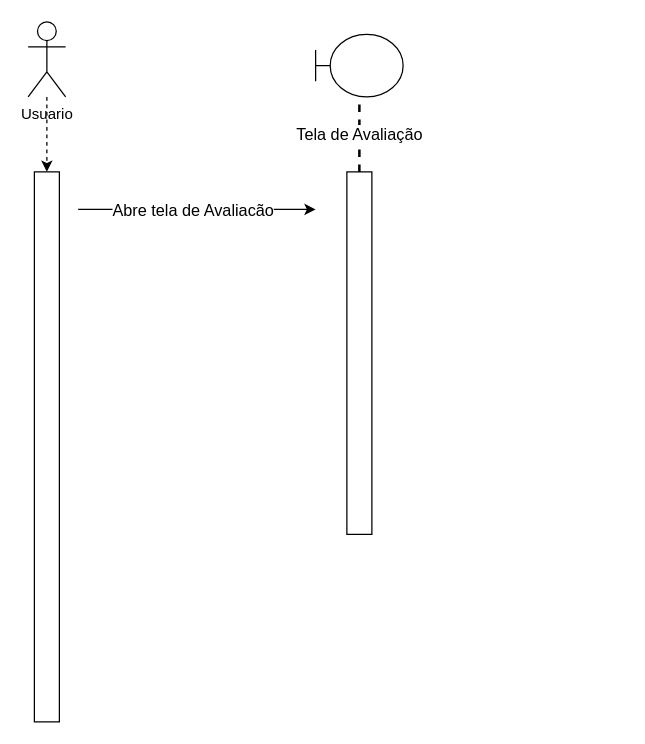
The draw.io diagram Sequencia/Draw/Avaliar.drawio in unifgabsantos/Mecanico, before the edit. Source tidied: cells renumbered, new cells numbered last; positions are measured from the earlier drawing's top-left corner, leaving out a move shared by most shapes. Both pictures are drawn from the tidied source at 125%, with x=0, y=0 at pixel (28, 21).
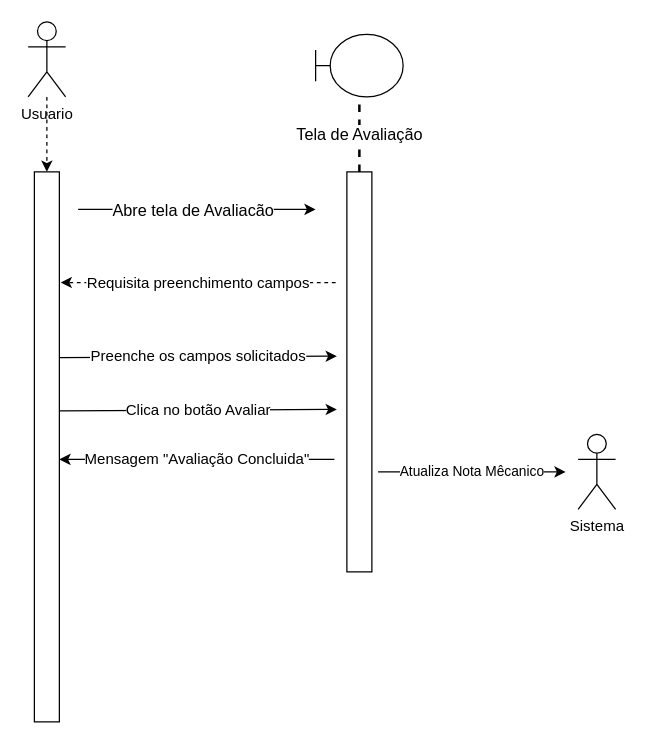
The same page after the edit.

Change to the diagram source:
```diff
@@
     <mxCell id="5" style="rounded=0;whiteSpace=wrap;html=1;" parent="1" vertex="1">
-      <mxGeometry x="255" y="120" width="20" height="290" as="geometry" />
+      <mxGeometry x="255" y="120" width="20" height="320" as="geometry" />
     </mxCell>
@@
+    <mxCell id="10" value="Requisita preenchimento campos" style="endArrow=classic;html=1;rounded=0;dashed=1;fontSize=12;entryX=1.05;entryY=0.424;entryDx=0;entryDy=0;entryPerimeter=0;exitX=0.05;exitY=0.1;exitDx=0;exitDy=0;exitPerimeter=0;" parent="1" edge="1">
+      <mxGeometry relative="1" as="geometry">
+        <mxPoint x="246" y="208.5" as="sourcePoint" />
+        <mxPoint x="26" y="208.5" as="targetPoint" />
+      </mxGeometry>
+    </mxCell>
+    <mxCell id="11" value="Preenche os campos solicitados" style="endArrow=classic;html=1;rounded=0;fontSize=12;exitX=1;exitY=0.544;exitDx=0;exitDy=0;exitPerimeter=0;entryX=0.1;entryY=0.284;entryDx=0;entryDy=0;entryPerimeter=0;" parent="1" edge="1">
+      <mxGeometry relative="1" as="geometry">
+        <mxPoint x="25" y="268.5" as="sourcePoint" />
+        <mxPoint x="247" y="267.4" as="targetPoint" />
+      </mxGeometry>
+    </mxCell>
+    <mxCell id="12" value="Clica no botão Avaliar" style="endArrow=classic;html=1;rounded=0;fontSize=12;exitX=1;exitY=0.544;exitDx=0;exitDy=0;exitPerimeter=0;entryX=0.1;entryY=0.284;entryDx=0;entryDy=0;entryPerimeter=0;" parent="1" edge="1">
+      <mxGeometry relative="1" as="geometry">
+        <mxPoint x="25" y="311.1" as="sourcePoint" />
+        <mxPoint x="247" y="310" as="targetPoint" />
+      </mxGeometry>
+    </mxCell>
+    <mxCell id="13" value="Mensagem &quot;Avaliação Concluida&quot;" style="endArrow=classic;html=1;rounded=0;fontSize=12;entryX=1.05;entryY=0.424;entryDx=0;entryDy=0;entryPerimeter=0;exitX=0.05;exitY=0.1;exitDx=0;exitDy=0;exitPerimeter=0;" parent="1" edge="1">
+      <mxGeometry relative="1" as="geometry">
+        <mxPoint x="245" y="350" as="sourcePoint" />
+        <mxPoint x="25" y="350" as="targetPoint" />
+      </mxGeometry>
+    </mxCell>
+    <mxCell id="14" value="Sistema" style="shape=umlActor;verticalLabelPosition=bottom;verticalAlign=top;html=1;" parent="1" vertex="1">
+      <mxGeometry x="440" y="330" width="30" height="60" as="geometry" />
+    </mxCell>
+    <mxCell id="15" value="Atualiza Nota Mêcanico" style="endArrow=classic;html=1;rounded=0;" parent="1" edge="1">
+      <mxGeometry relative="1" as="geometry">
+        <mxPoint x="280" y="360" as="sourcePoint" />
+        <mxPoint x="430" y="360" as="targetPoint" />
+      </mxGeometry>
+    </mxCell>
```
